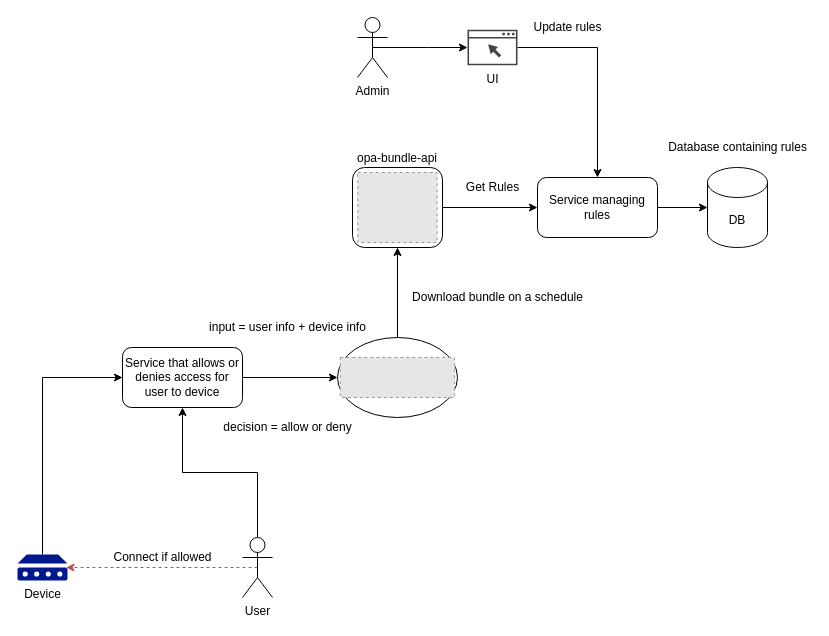
Before: assets/overview.drawio in simongottschlag/opa-bundle-api, a draw.io diagram. Source tidied: cells renumbered, new cells numbered last; positions are measured from the earlier drawing's top-left corner, leaving out a move shared by most shapes. Both pictures are drawn from the tidied source at 100%, with x=0, y=0 at pixel (17, 17). Pictures stored in the file or linked from it are replaced by grey dashed boxes.
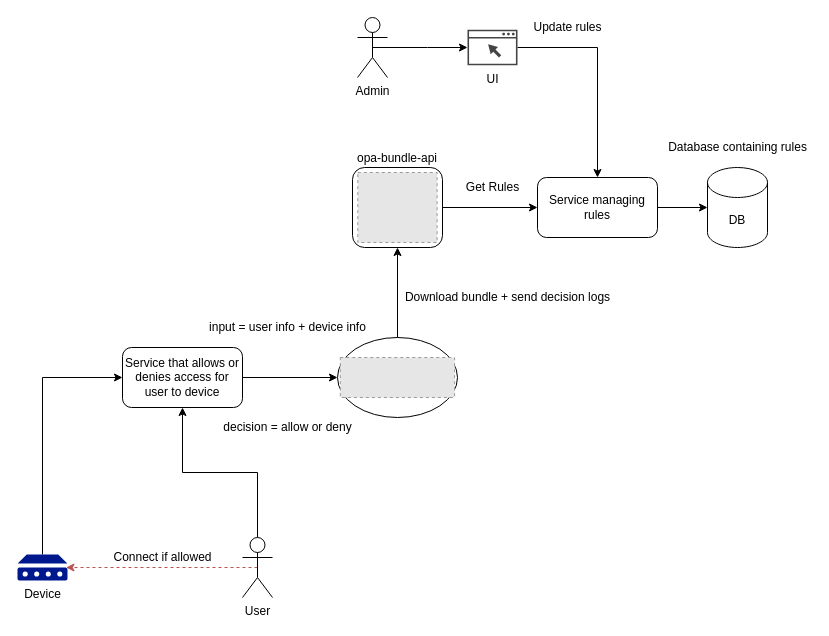
The same page after the edit.

Commit message (it also covers changes not shown here):
Implement support for OPA decision logs (#4)

Diff of the diagram source:
```diff
@@
-    <mxCell id="9" value="Download bundle on a schedule" style="text;html=1;align=center;verticalAlign=middle;" parent="1" vertex="1">
-      <mxGeometry x="385" y="270" width="190" height="20" as="geometry" />
+    <mxCell id="9" value="Download bundle + send decision logs" style="text;html=1;align=center;verticalAlign=middle;" parent="1" vertex="1">
+      <mxGeometry x="380" y="270" width="220" height="20" as="geometry" />
     </mxCell>
```
